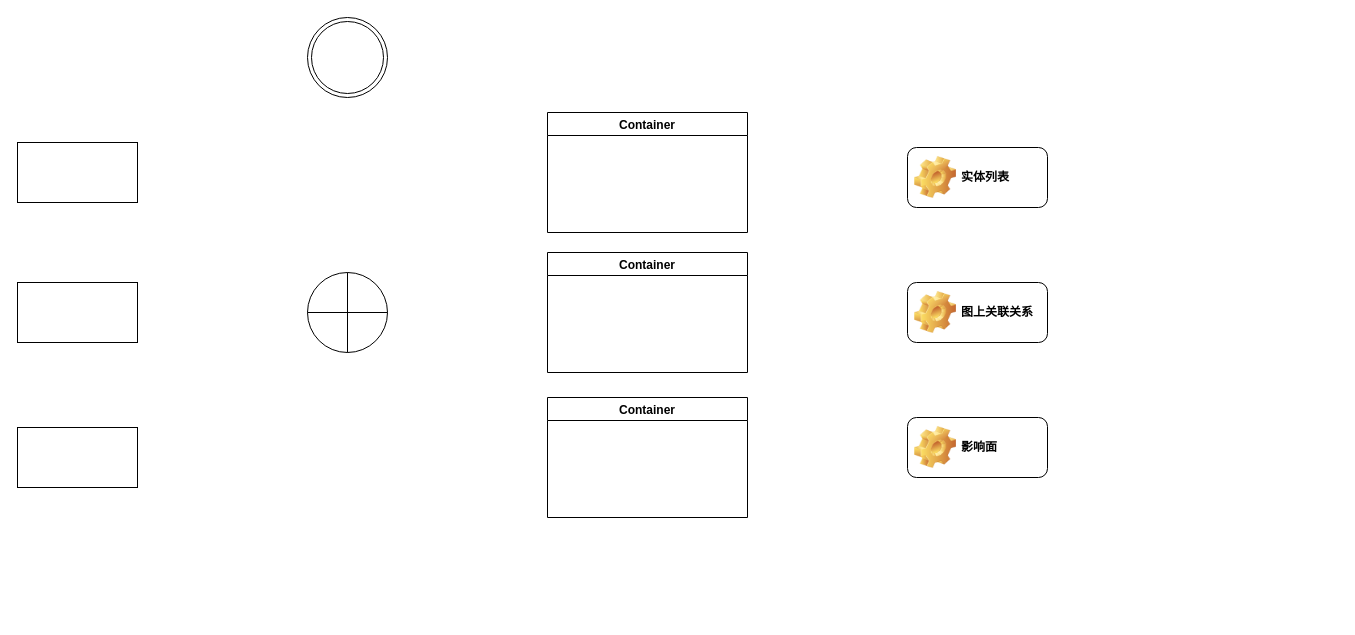
frankneu/draw.io keeps this draw.io diagram as 2020述职-架构.drawio. Above is the earlier version. Source tidied: cells renumbered, new cells numbered last; positions are measured from the earlier drawing's top-left corner, leaving out a move shared by most shapes. Both pictures are drawn from the tidied source at 100%, with x=0, y=0 at pixel (17, 17).
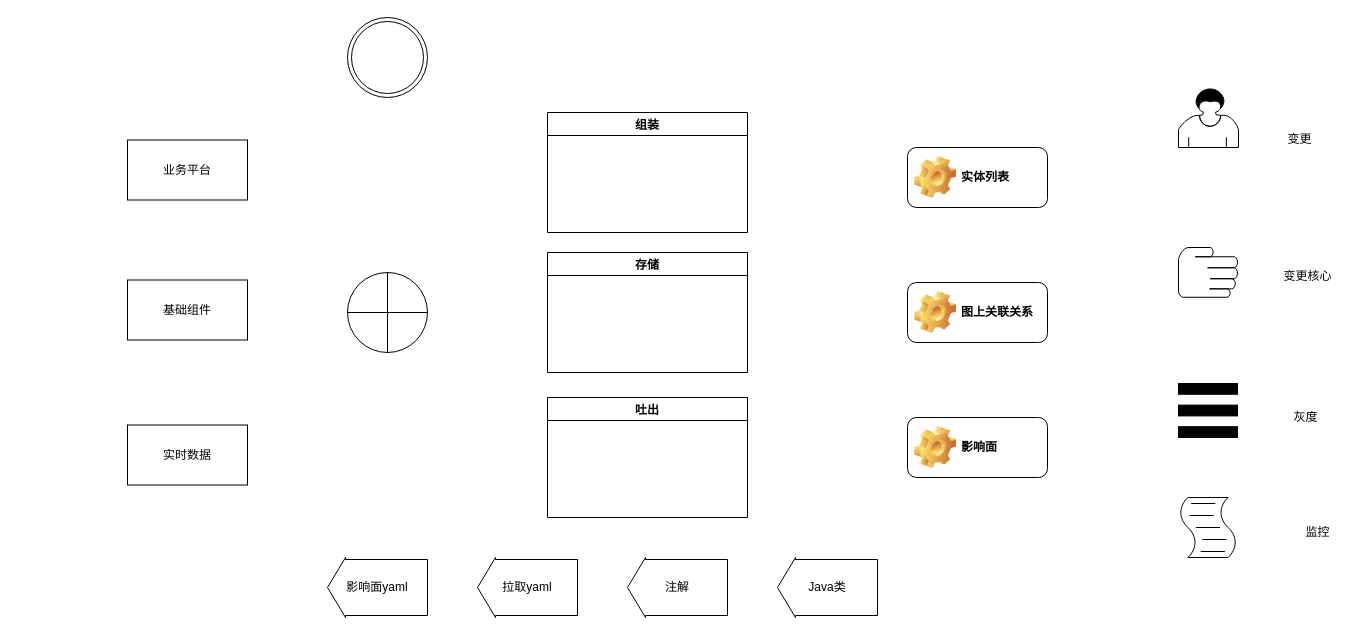
The same page after the edit.

Change to the diagram source:
```diff
@@
-    <mxCell id="2" style="rounded=0;whiteSpace=wrap;html=1;" parent="1" vertex="1">
-      <mxGeometry y="125" width="120" height="60" as="geometry" />
+    <mxCell id="2" value="业务平台" style="rounded=0;whiteSpace=wrap;html=1;" parent="1" vertex="1">
+      <mxGeometry x="110" y="122.5" width="120" height="60" as="geometry" />
     </mxCell>
-    <mxCell id="3" style="rounded=0;whiteSpace=wrap;html=1;" parent="1" vertex="1">
-      <mxGeometry y="265" width="120" height="60" as="geometry" />
+    <mxCell id="3" value="基础组件" style="rounded=0;whiteSpace=wrap;html=1;" parent="1" vertex="1">
+      <mxGeometry x="110" y="262.5" width="120" height="60" as="geometry" />
     </mxCell>
-    <mxCell id="4" style="rounded=0;whiteSpace=wrap;html=1;" parent="1" vertex="1">
-      <mxGeometry y="410" width="120" height="60" as="geometry" />
+    <mxCell id="4" value="实时数据" style="rounded=0;whiteSpace=wrap;html=1;" parent="1" vertex="1">
+      <mxGeometry x="110" y="407.5" width="120" height="60" as="geometry" />
     </mxCell>
     <mxCell id="5" style="shape=orEllipse;perimeter=ellipsePerimeter;whiteSpace=wrap;html=1;backgroundOutline=1;" parent="1" vertex="1">
-      <mxGeometry x="290" y="255" width="80" height="80" as="geometry" />
+      <mxGeometry x="330" y="255" width="80" height="80" as="geometry" />
     </mxCell>
     <mxCell id="6" style="ellipse;shape=doubleEllipse;whiteSpace=wrap;html=1;" parent="1" vertex="1">
-      <mxGeometry x="290" width="80" height="80" as="geometry" />
+      <mxGeometry x="330" width="80" height="80" as="geometry" />
     </mxCell>
-    <mxCell id="7" value="Container" style="swimlane;" parent="1" vertex="1">
+    <mxCell id="7" value="组装" style="swimlane;" parent="1" vertex="1">
       <mxGeometry x="530" y="95" width="200" height="120" as="geometry" />
     </mxCell>
-    <mxCell id="8" value="Container" style="swimlane;" parent="1" vertex="1">
+    <mxCell id="8" value="存储" style="swimlane;" parent="1" vertex="1">
       <mxGeometry x="530" y="235" width="200" height="120" as="geometry" />
     </mxCell>
-    <mxCell id="9" value="Container" style="swimlane;" parent="1" vertex="1">
+    <mxCell id="9" value="吐出" style="swimlane;" parent="1" vertex="1">
       <mxGeometry x="530" y="380" width="200" height="120" as="geometry" />
     </mxCell>
@@
+    <mxCell id="13" value="影响面yaml" style="shape=singleArrow;direction=west;whiteSpace=wrap;html=1;arrowWidth=0.9333333333333333;arrowSize=0.18;" parent="1" vertex="1">
+      <mxGeometry x="310" y="540" width="100" height="60" as="geometry" />
+    </mxCell>
+    <mxCell id="14" value="拉取yaml" style="shape=singleArrow;direction=west;whiteSpace=wrap;html=1;arrowWidth=0.9333333333333333;arrowSize=0.18;" parent="1" vertex="1">
+      <mxGeometry x="460" y="540" width="100" height="60" as="geometry" />
+    </mxCell>
+    <mxCell id="15" value="注解" style="shape=singleArrow;direction=west;whiteSpace=wrap;html=1;arrowWidth=0.9333333333333333;arrowSize=0.18;" parent="1" vertex="1">
+      <mxGeometry x="610" y="540" width="100" height="60" as="geometry" />
+    </mxCell>
+    <mxCell id="16" value="Java类" style="shape=singleArrow;direction=west;whiteSpace=wrap;html=1;arrowWidth=0.9333333333333333;arrowSize=0.18;" parent="1" vertex="1">
+      <mxGeometry x="760" y="540" width="100" height="60" as="geometry" />
+    </mxCell>
+    <mxCell id="17" style="shape=mxgraph.bpmn.user_task;html=1;" parent="1" vertex="1">
+      <mxGeometry x="1161" y="71" width="60" height="59" as="geometry" />
+    </mxCell>
+    <mxCell id="18" style="shape=mxgraph.bpmn.manual_task;html=1;" parent="1" vertex="1">
+      <mxGeometry x="1161" y="230" width="59" height="50" as="geometry" />
+    </mxCell>
+    <mxCell id="19" style="shape=parallelMarker;direction=south;html=1;" parent="1" vertex="1">
+      <mxGeometry x="1161" y="366" width="59" height="54" as="geometry" />
+    </mxCell>
+    <mxCell id="20" style="shape=mxgraph.bpmn.script_task;html=1;" parent="1" vertex="1">
+      <mxGeometry x="1161" y="480" width="59" height="60" as="geometry" />
+    </mxCell>
+    <mxCell id="21" value="变更" style="text;html=1;align=center;verticalAlign=middle;" parent="1" vertex="1">
+      <mxGeometry x="1262" y="112" width="40" height="20" as="geometry" />
+    </mxCell>
+    <mxCell id="22" value="变更核心" style="text;html=1;align=center;verticalAlign=middle;" parent="1" vertex="1">
+      <mxGeometry x="1260" y="249" width="60" height="20" as="geometry" />
+    </mxCell>
+    <mxCell id="23" value="灰度" style="text;html=1;align=center;verticalAlign=middle;" parent="1" vertex="1">
+      <mxGeometry x="1268" y="390" width="40" height="20" as="geometry" />
+    </mxCell>
+    <mxCell id="24" value="监控" style="text;html=1;align=center;verticalAlign=middle;" parent="1" vertex="1">
+      <mxGeometry x="1280" y="505" width="40" height="20" as="geometry" />
+    </mxCell>
```
